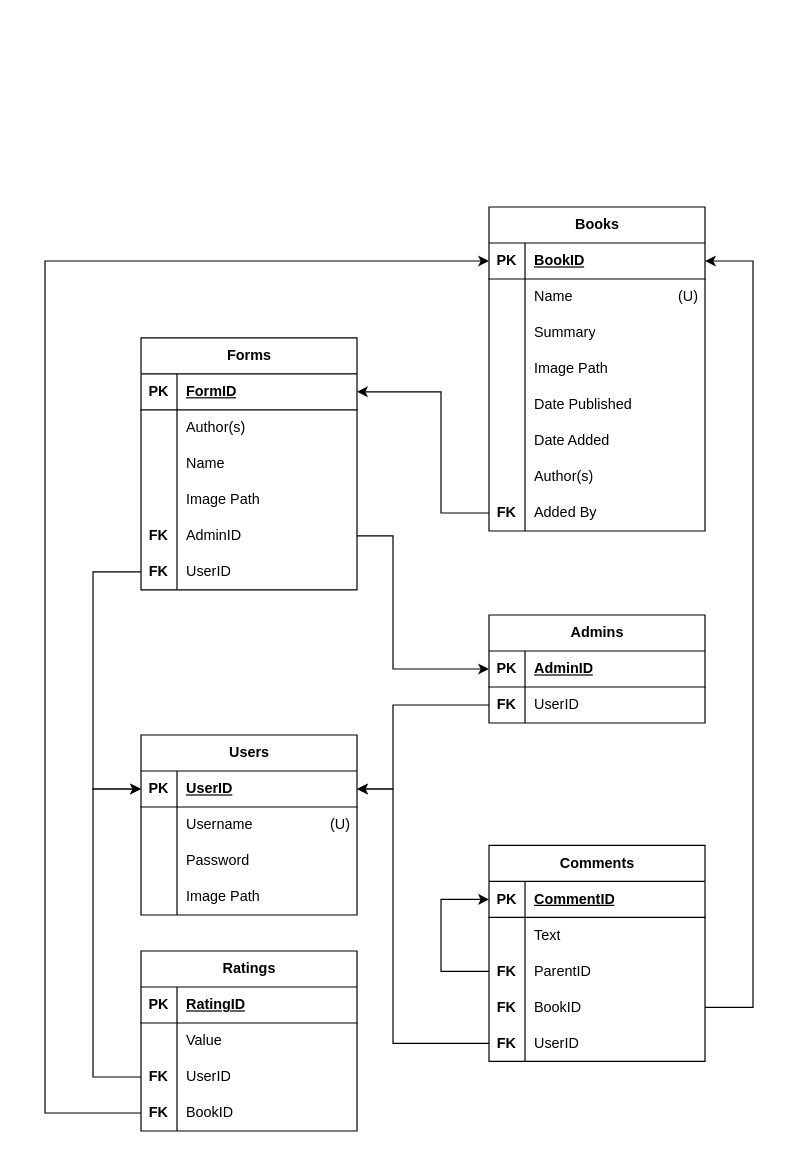
The draw.io diagram BDB RM.drawio in theinsurgentarchive/BDB, before the edit. Source tidied: cells renumbered, new cells numbered last; positions are measured from the earlier drawing's top-left corner, leaving out a move shared by most shapes. Both pictures are drawn from the tidied source at 120%, with x=0, y=0 at pixel (44, 206).
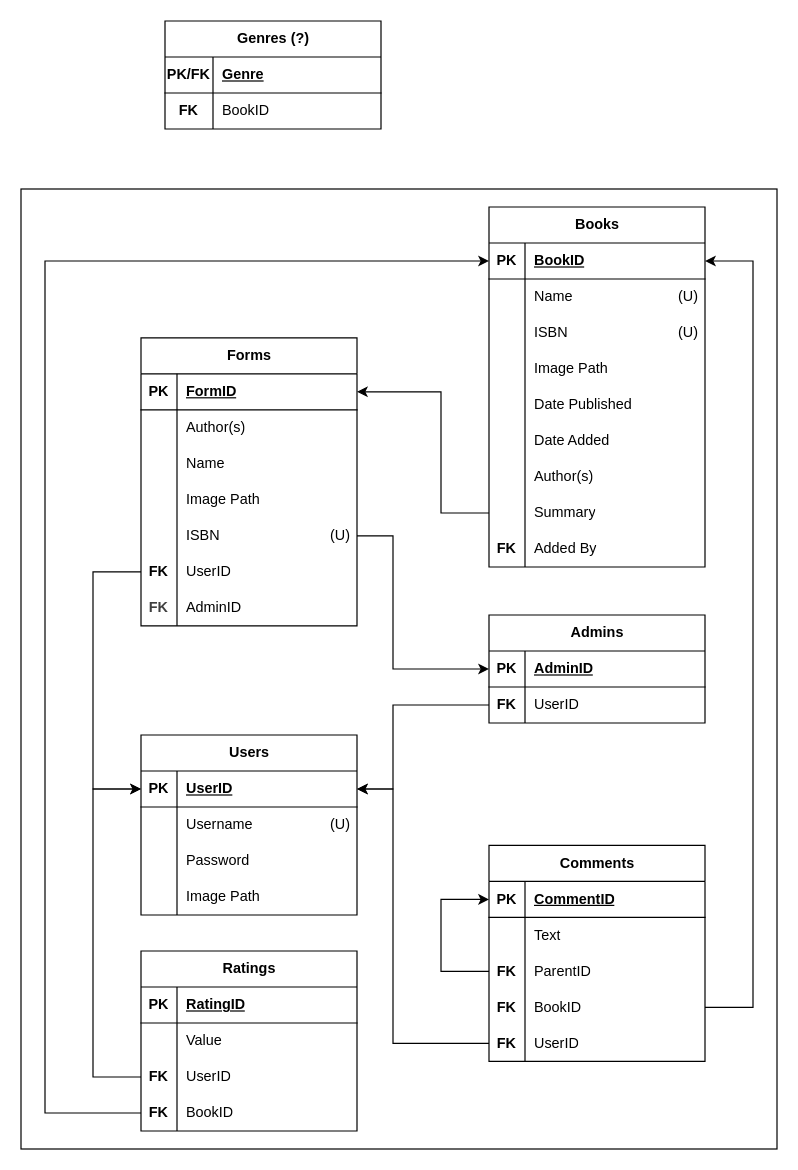
After the change.

Commit message (it also covers changes not shown here):
Added ISBN to ERD and RM, Added Genre to ERD and RM

The change refers to these unchanged cells:
```xml
<mxCell id="37" style="shape=tableRow;horizontal=0;startSize=0;swimlaneHead=0;swimlaneBody=0;fillColor=none;points=[[0,0.5],[1,0.5]];portConstraint=eastwest;top=0;left=0;right=0;bottom=0;" parent="24" vertex="1">
  <mxGeometry y="150" width="180" height="30" as="geometry" />
</mxCell>
<mxCell id="83" style="shape=tableRow;horizontal=0;startSize=0;swimlaneHead=0;swimlaneBody=0;fillColor=none;top=0;left=0;right=0;bottom=0;" parent="76" vertex="1">
  <mxGeometry y="90" width="180" height="30" as="geometry" />
</mxCell>
<mxCell id="98" style="shape=tableRow;horizontal=0;startSize=0;swimlaneHead=0;swimlaneBody=0;fillColor=none;points=[[0,0.5],[1,0.5]];portConstraint=eastwest;top=0;left=0;right=0;bottom=0;" parent="76" vertex="1">
  <mxGeometry y="240" width="180" height="30" as="geometry" />
</mxCell>
```

The edit, as a diff of the source:
```diff
@@
+    <mxCell id="104" style="rounded=0;whiteSpace=wrap;html=1;" parent="1" vertex="1">
+      <mxGeometry x="-20" y="-15" width="630" height="800" as="geometry" />
+    </mxCell>
@@
     <mxCell id="24" value="Forms" style="shape=table;startSize=30;childLayout=tableLayout;rowLines=0;fontStyle=1;align=center;html=1;" parent="1" vertex="1">
-      <mxGeometry x="80" y="109" width="180" height="210" as="geometry" />
+      <mxGeometry x="80" y="109" width="180" height="240" as="geometry" />
     </mxCell>
@@
-    <mxCell id="38" value="&lt;b&gt;FK&lt;/b&gt;" style="shape=partialRectangle;fillColor=none;top=0;left=0;bottom=0;right=0;overflow=hidden;whiteSpace=wrap;html=1;" parent="37" vertex="1">
+    <mxCell id="38" style="shape=partialRectangle;fillColor=none;top=0;left=0;bottom=0;right=0;overflow=hidden;whiteSpace=wrap;html=1;" parent="37" vertex="1">
       <mxGeometry width="30" height="30" as="geometry" />
     </mxCell>
-    <mxCell id="39" value="AdminID" style="shape=partialRectangle;fillColor=none;top=0;left=0;bottom=0;right=0;align=left;spacingLeft=6;overflow=hidden;whiteSpace=wrap;html=1;" parent="37" vertex="1">
+    <mxCell id="39" value="ISBN&lt;span style=&quot;white-space: pre;&quot;&gt;&#9;&lt;/span&gt;&lt;span style=&quot;white-space: pre;&quot;&gt;&#9;&lt;/span&gt;&lt;span style=&quot;white-space: pre;&quot;&gt;&#9;&lt;/span&gt;&amp;nbsp; &amp;nbsp; (U)" style="shape=partialRectangle;fillColor=none;top=0;left=0;bottom=0;right=0;align=left;spacingLeft=6;overflow=hidden;whiteSpace=wrap;html=1;" parent="37" vertex="1">
       <mxGeometry x="30" width="150" height="30" as="geometry" />
     </mxCell>
@@
+    <mxCell id="105" style="shape=tableRow;horizontal=0;startSize=0;swimlaneHead=0;swimlaneBody=0;fillColor=none;top=0;left=0;right=0;bottom=0;" parent="24" vertex="1">
+      <mxGeometry y="210" width="180" height="30" as="geometry" />
+    </mxCell>
+    <mxCell id="106" value="&lt;b style=&quot;color: rgb(63, 63, 63); scrollbar-color: rgb(226, 226, 226) rgb(251, 251, 251);&quot;&gt;FK&lt;/b&gt;" style="shape=partialRectangle;fillColor=none;top=0;left=0;bottom=0;right=0;overflow=hidden;whiteSpace=wrap;html=1;" parent="105" vertex="1">
+      <mxGeometry width="30" height="30" as="geometry" />
+    </mxCell>
+    <mxCell id="107" value="&lt;span style=&quot;color: rgb(0, 0, 0);&quot;&gt;AdminID&lt;/span&gt;" style="shape=partialRectangle;fillColor=none;top=0;left=0;bottom=0;right=0;align=left;spacingLeft=6;overflow=hidden;whiteSpace=wrap;html=1;" parent="105" vertex="1">
+      <mxGeometry x="30" width="150" height="30" as="geometry" />
+    </mxCell>
@@
     <mxCell id="76" value="Books" style="shape=table;startSize=30;childLayout=tableLayout;rowLines=0;fontStyle=1;align=center;html=1;" parent="1" vertex="1">
-      <mxGeometry x="370" width="180" height="270" as="geometry" />
+      <mxGeometry x="370" width="180" height="300" as="geometry" />
     </mxCell>
@@
-    <mxCell id="85" value="Summary" style="shape=partialRectangle;fillColor=none;top=0;left=0;bottom=0;right=0;align=left;spacingLeft=6;overflow=hidden;whiteSpace=wrap;html=1;" parent="83" vertex="1">
+    <mxCell id="85" value="ISBN&lt;span style=&quot;white-space: pre;&quot;&gt;&#9;&lt;/span&gt;&lt;span style=&quot;white-space: pre;&quot;&gt;&#9;&lt;/span&gt;&lt;span style=&quot;white-space: pre;&quot;&gt;&#9;&lt;/span&gt;&amp;nbsp; &amp;nbsp; (U)" style="shape=partialRectangle;fillColor=none;top=0;left=0;bottom=0;right=0;align=left;spacingLeft=6;overflow=hidden;whiteSpace=wrap;html=1;" parent="83" vertex="1">
       <mxGeometry x="30" width="150" height="30" as="geometry" />
     </mxCell>
@@
-    <mxCell id="99" value="FK" style="shape=partialRectangle;fillColor=none;top=0;left=0;bottom=0;right=0;overflow=hidden;whiteSpace=wrap;html=1;fontStyle=1;" parent="98" vertex="1">
+    <mxCell id="99" style="shape=partialRectangle;fillColor=none;top=0;left=0;bottom=0;right=0;overflow=hidden;whiteSpace=wrap;html=1;fontStyle=1;" parent="98" vertex="1">
       <mxGeometry width="30" height="30" as="geometry" />
     </mxCell>
-    <mxCell id="100" value="Added By" style="shape=partialRectangle;fillColor=none;top=0;left=0;bottom=0;right=0;align=left;spacingLeft=6;overflow=hidden;whiteSpace=wrap;html=1;" parent="98" vertex="1">
+    <mxCell id="100" value="Summary" style="shape=partialRectangle;fillColor=none;top=0;left=0;bottom=0;right=0;align=left;spacingLeft=6;overflow=hidden;whiteSpace=wrap;html=1;" parent="98" vertex="1">
       <mxGeometry x="30" width="150" height="30" as="geometry" />
     </mxCell>
+    <mxCell id="108" style="shape=tableRow;horizontal=0;startSize=0;swimlaneHead=0;swimlaneBody=0;fillColor=none;top=0;left=0;right=0;bottom=0;" parent="76" vertex="1">
+      <mxGeometry y="270" width="180" height="30" as="geometry" />
+    </mxCell>
+    <mxCell id="109" value="FK" style="shape=partialRectangle;fillColor=none;top=0;left=0;bottom=0;right=0;overflow=hidden;whiteSpace=wrap;html=1;fontStyle=1;" parent="108" vertex="1">
+      <mxGeometry width="30" height="30" as="geometry" />
+    </mxCell>
+    <mxCell id="110" value="Added By" style="shape=partialRectangle;fillColor=none;top=0;left=0;bottom=0;right=0;align=left;spacingLeft=6;overflow=hidden;whiteSpace=wrap;html=1;" parent="108" vertex="1">
+      <mxGeometry x="30" width="150" height="30" as="geometry" />
+    </mxCell>
@@
+    <mxCell id="111" value="Genres (?)" style="shape=table;startSize=30;childLayout=tableLayout;rowLines=0;fontStyle=1;align=center;html=1;" parent="1" vertex="1">
+      <mxGeometry x="100" y="-155" width="180" height="90" as="geometry" />
+    </mxCell>
+    <mxCell id="112" style="shape=tableRow;horizontal=0;startSize=0;swimlaneHead=0;swimlaneBody=0;fillColor=none;top=0;left=0;right=0;bottom=1;" parent="111" vertex="1">
+      <mxGeometry y="30" width="180" height="30" as="geometry" />
+    </mxCell>
+    <mxCell id="113" value="PK/FK" style="shape=partialRectangle;fillColor=none;top=0;left=0;bottom=0;right=0;fontStyle=1;overflow=hidden;whiteSpace=wrap;html=1;" parent="112" vertex="1">
+      <mxGeometry width="40" height="30" as="geometry" />
+    </mxCell>
+    <mxCell id="114" value="Genre" style="shape=partialRectangle;fillColor=none;top=0;left=0;bottom=0;right=0;align=left;spacingLeft=6;fontStyle=5;overflow=hidden;whiteSpace=wrap;html=1;" parent="112" vertex="1">
+      <mxGeometry x="40" width="140" height="30" as="geometry" />
+    </mxCell>
+    <mxCell id="115" style="shape=tableRow;horizontal=0;startSize=0;swimlaneHead=0;swimlaneBody=0;fillColor=none;top=0;left=0;right=0;bottom=0;" parent="111" vertex="1">
+      <mxGeometry y="60" width="180" height="30" as="geometry" />
+    </mxCell>
+    <mxCell id="116" value="FK" style="shape=partialRectangle;fillColor=none;top=0;left=0;bottom=0;right=0;overflow=hidden;whiteSpace=wrap;html=1;fontStyle=1;" parent="115" vertex="1">
+      <mxGeometry width="40" height="30" as="geometry" />
+    </mxCell>
+    <mxCell id="117" value="BookID" style="shape=partialRectangle;fillColor=none;top=0;left=0;bottom=0;right=0;align=left;spacingLeft=6;overflow=hidden;whiteSpace=wrap;html=1;" parent="115" vertex="1">
+      <mxGeometry x="40" width="140" height="30" as="geometry" />
+    </mxCell>
```
